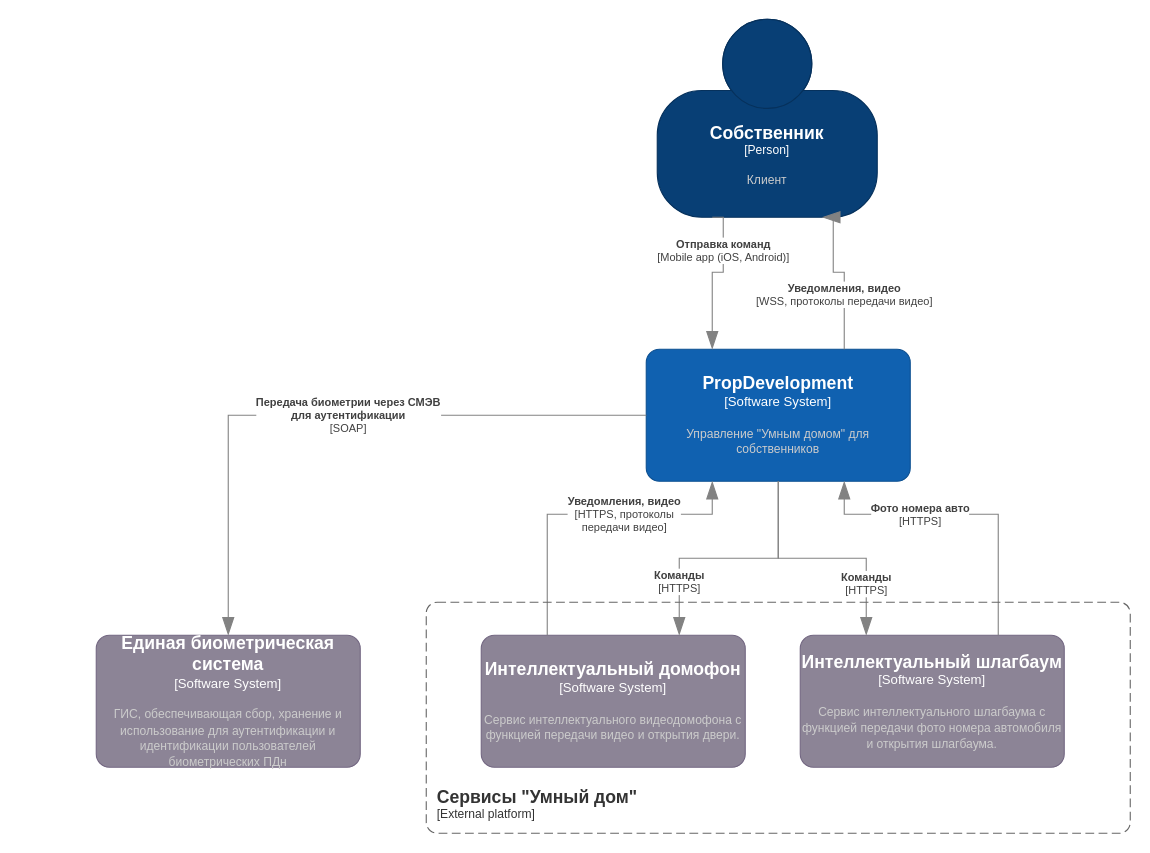
mkuzmin-private/architecture-propdevelopment keeps this draw.io diagram as Task3/PropDevelopment_С4_context.drawio.xml. Above is the earlier version. Source tidied: cells renumbered, new cells numbered last; positions are measured from the earlier drawing's top-left corner, leaving out a move shared by most shapes. Both pictures are drawn from the tidied source at 110%, with x=0, y=0 at pixel (96, 19).
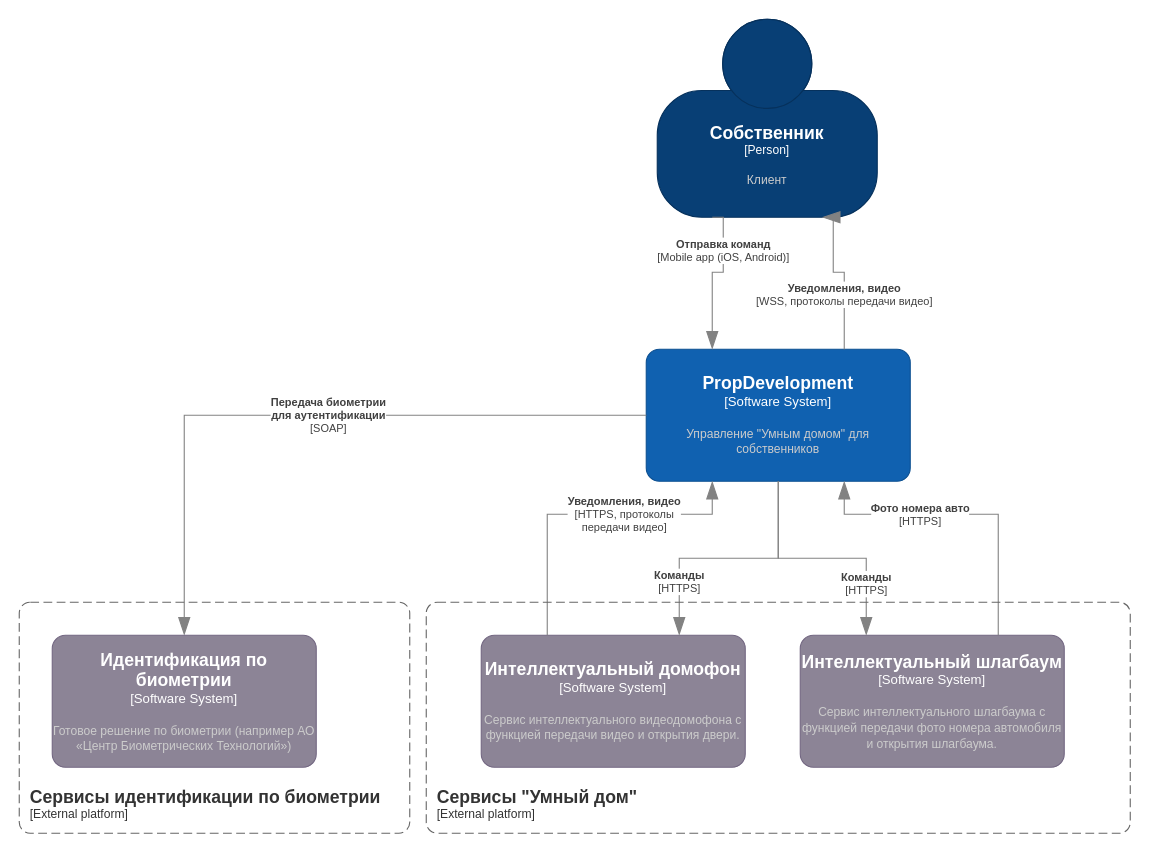
After the change.

The change refers to these unchanged cells:
```xml
<object id="3" label="&lt;font style=&quot;font-size: 16px&quot;&gt;&lt;b&gt;%c4Name%&lt;/b&gt;&lt;/font&gt;&lt;div&gt;[%c4Type%]&lt;/div&gt;&lt;br&gt;&lt;div&gt;&lt;font style=&quot;font-size: 11px&quot;&gt;&lt;font color=&quot;#cccccc&quot;&gt;%c4Description%&lt;/font&gt;&lt;/div&gt;" c4Description="Управление &quot;Умным домом&quot; для собственников" c4Name="PropDevelopment" c4Type="Software System" placeholders="1">
  <mxCell style="rounded=1;whiteSpace=wrap;html=1;labelBackgroundColor=none;fillColor=#1061B0;fontColor=#ffffff;align=center;arcSize=10;strokeColor=#0D5091;points=[[0.25,0,0],[0.5,0,0],[0.75,0,0],[1,0.25,0],[1,0.5,0],[1,0.75,0],[0.75,1,0],[0.5,1,0],[0.25,1,0],[0,0.75,0],[0,0.5,0],[0,0.25,0]];" parent="1" vertex="1">
    <mxGeometry x="500" y="300" width="240" height="120" as="geometry" />
  </mxCell>
</object>
```

The edit, as a diff of the source:
```diff
@@
+    <object id="14" label="&lt;div style=&quot;text-align: left&quot;&gt;&lt;div style=&quot;text-align: center&quot;&gt;&lt;b&gt;%c4Description%&lt;/b&gt;&lt;/div&gt;&lt;div style=&quot;text-align: center&quot;&gt;[%c4Technology%]&lt;/div&gt;&lt;/div&gt;" c4Description="Передача биометрии &#10;для аутентификации&#10;" c4Technology="SOAP" placeholders="1">
+      <mxCell style="endArrow=blockThin;html=1;fontSize=10;fontColor=#404040;strokeWidth=1;endFill=1;strokeColor=#828282;elbow=vertical;endSize=14;startSize=14;jumpStyle=arc;jumpSize=16;rounded=0;edgeStyle=orthogonalEdgeStyle;exitX=0;exitY=0.5;exitDx=0;exitDy=0;exitPerimeter=0;entryX=0.5;entryY=0;entryDx=0;entryDy=0;entryPerimeter=0;" parent="1" edge="1" source="3" target="13">
+        <mxGeometry x="-0.07" relative="1" as="geometry">
+          <mxPoint x="-1" as="offset" />
+        </mxGeometry>
+      </mxCell>
+    </object>
-    <object id="13" label="&lt;font style=&quot;font-size: 16px&quot;&gt;&lt;b&gt;%c4Name%&lt;/b&gt;&lt;/font&gt;&lt;div&gt;[%c4Type%]&lt;/div&gt;&lt;br&gt;&lt;div&gt;&lt;font style=&quot;font-size: 11px&quot;&gt;&lt;font color=&quot;#cccccc&quot;&gt;%c4Description%&lt;/font&gt;&lt;/div&gt;" c4Description="ГИС, обеспечивающая сбор, хранение и использование для аутентификации и идентификации пользователей биометрических ПДн" c4Name="Единая биометрическая система" c4Type="Software System" placeholders="1">
+    <object id="13" label="&lt;font style=&quot;font-size: 16px&quot;&gt;&lt;b&gt;%c4Name%&lt;/b&gt;&lt;/font&gt;&lt;div&gt;[%c4Type%]&lt;/div&gt;&lt;br&gt;&lt;div&gt;&lt;font style=&quot;font-size: 11px&quot;&gt;&lt;font color=&quot;#cccccc&quot;&gt;%c4Description%&lt;/font&gt;&lt;/div&gt;" c4Description="Готовое решение по биометрии (например АО «Центр Биометрических Технологий»)" c4Name="Идентификация по биометрии" c4Type="Software System" placeholders="1">
       <mxCell style="rounded=1;whiteSpace=wrap;html=1;labelBackgroundColor=none;fillColor=#8C8496;fontColor=#ffffff;align=center;arcSize=10;strokeColor=#736782;points=[[0.25,0,0],[0.5,0,0],[0.75,0,0],[1,0.25,0],[1,0.5,0],[1,0.75,0],[0.75,1,0],[0.5,1,0],[0.25,1,0],[0,0.75,0],[0,0.5,0],[0,0.25,0]];" parent="1" vertex="1">
-        <mxGeometry y="560" width="240" height="120" as="geometry" />
+        <mxGeometry x="-40" y="560" width="240" height="120" as="geometry" />
       </mxCell>
     </object>
-    <object id="14" label="&lt;div style=&quot;text-align: left&quot;&gt;&lt;div style=&quot;text-align: center&quot;&gt;&lt;b&gt;%c4Description%&lt;/b&gt;&lt;/div&gt;&lt;div style=&quot;text-align: center&quot;&gt;[%c4Technology%]&lt;/div&gt;&lt;/div&gt;" c4Description="Передача биометрии через СМЭВ&#10;для аутентификации&#10;" c4Technology="SOAP" placeholders="1">
-      <mxCell style="endArrow=blockThin;html=1;fontSize=10;fontColor=#404040;strokeWidth=1;endFill=1;strokeColor=#828282;elbow=vertical;endSize=14;startSize=14;jumpStyle=arc;jumpSize=16;rounded=0;edgeStyle=orthogonalEdgeStyle;exitX=0;exitY=0.5;exitDx=0;exitDy=0;exitPerimeter=0;entryX=0.5;entryY=0;entryDx=0;entryDy=0;entryPerimeter=0;" parent="1" edge="1" source="3" target="13">
-        <mxGeometry x="-0.07" relative="1" as="geometry">
-          <mxPoint x="-1" as="offset" />
-        </mxGeometry>
-      </mxCell>
-    </object>
+    <object id="15" label="&lt;font style=&quot;font-size: 16px&quot;&gt;&lt;b&gt;&lt;div style=&quot;text-align: left&quot;&gt;%c4Name%&lt;/div&gt;&lt;/b&gt;&lt;/font&gt;&lt;div style=&quot;text-align: left&quot;&gt;[%c4Application%]&lt;/div&gt;" c4Application="External platform" c4Name="Сервисы идентификации по биометрии" placeholders="1">
+      <mxCell style="rounded=1;fontSize=11;whiteSpace=wrap;html=1;dashed=1;arcSize=20;fillColor=none;strokeColor=#666666;fontColor=#333333;labelBackgroundColor=none;align=left;verticalAlign=bottom;labelBorderColor=none;spacingTop=0;spacing=10;dashPattern=8 4;perimeter=rectanglePerimeter;noLabel=0;labelPadding=0;absoluteArcSize=1;" parent="1" vertex="1">
+        <mxGeometry x="-70" y="530" width="355" height="210" as="geometry" />
+      </mxCell>
+    </object>
```
